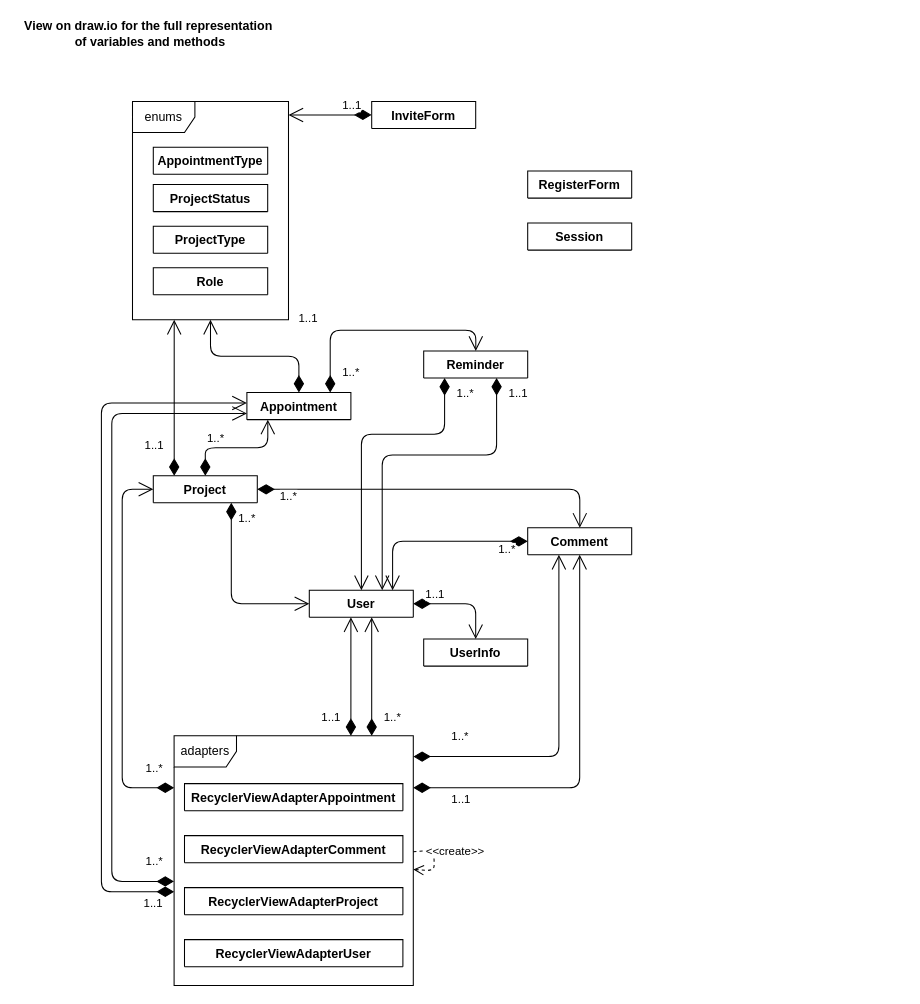
Earlier version of the draw.io diagram page "model" (3 of 6) of docu/DEV docu/Class Diagram.drawio (PongEqualsNPong/swp-2020). Source tidied: cells renumbered, new cells numbered last; positions are measured from the earlier drawing's top-left corner, leaving out a move shared by most shapes. Both pictures are drawn from the tidied source at 104%, with x=0, y=0 at pixel (18, 18).
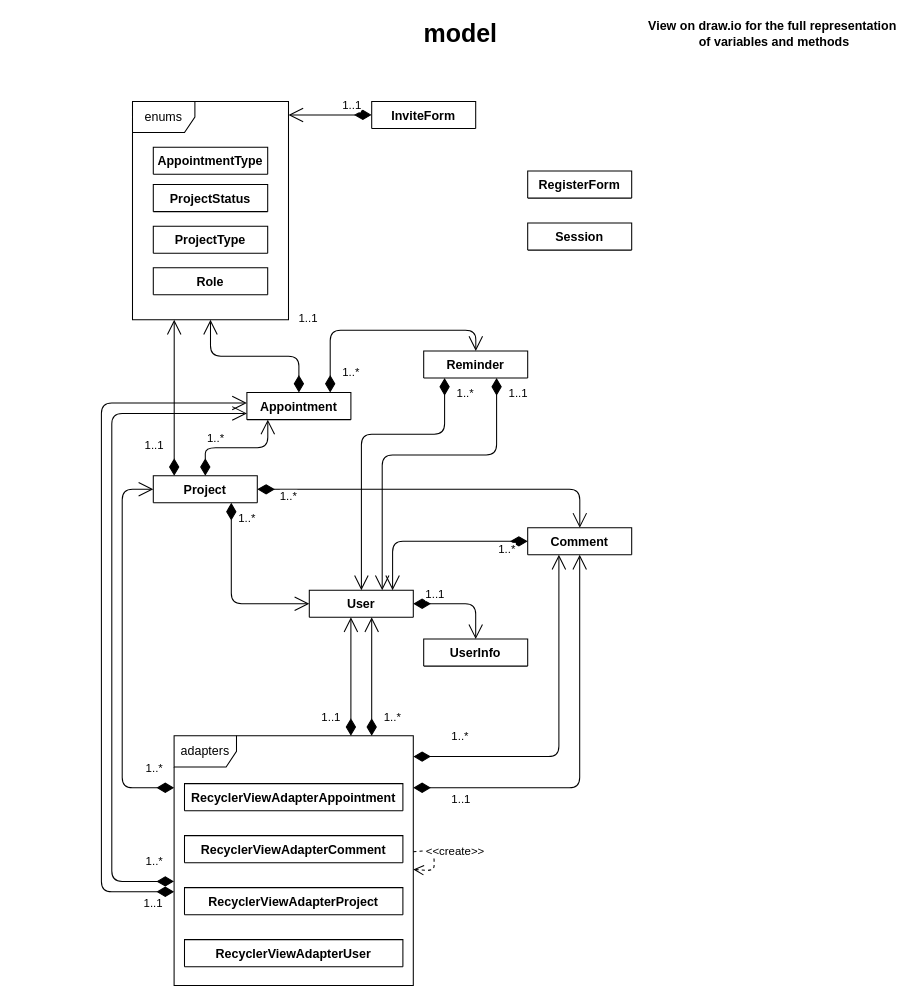
The same page after the edit.

Diff of the diagram source:
```diff
@@
     <mxCell id="23" value="&lt;b&gt;View on draw.io for the full representation&lt;br&gt;&amp;nbsp;of variables and methods&lt;/b&gt;" style="text;html=1;align=center;verticalAlign=middle;" parent="1" vertex="1">
-      <mxGeometry width="250" height="30" as="geometry" />
+      <mxGeometry x="600" width="250" height="30" as="geometry" />
     </mxCell>
@@
+    <mxCell id="41" value="&lt;font style=&quot;font-size: 24px&quot;&gt;&lt;b&gt;model&lt;/b&gt;&lt;/font&gt;" style="text;html=1;align=center;verticalAlign=middle;" parent="1" vertex="1">
+      <mxGeometry x="380" y="5" width="90" height="20" as="geometry" />
+    </mxCell>
```
